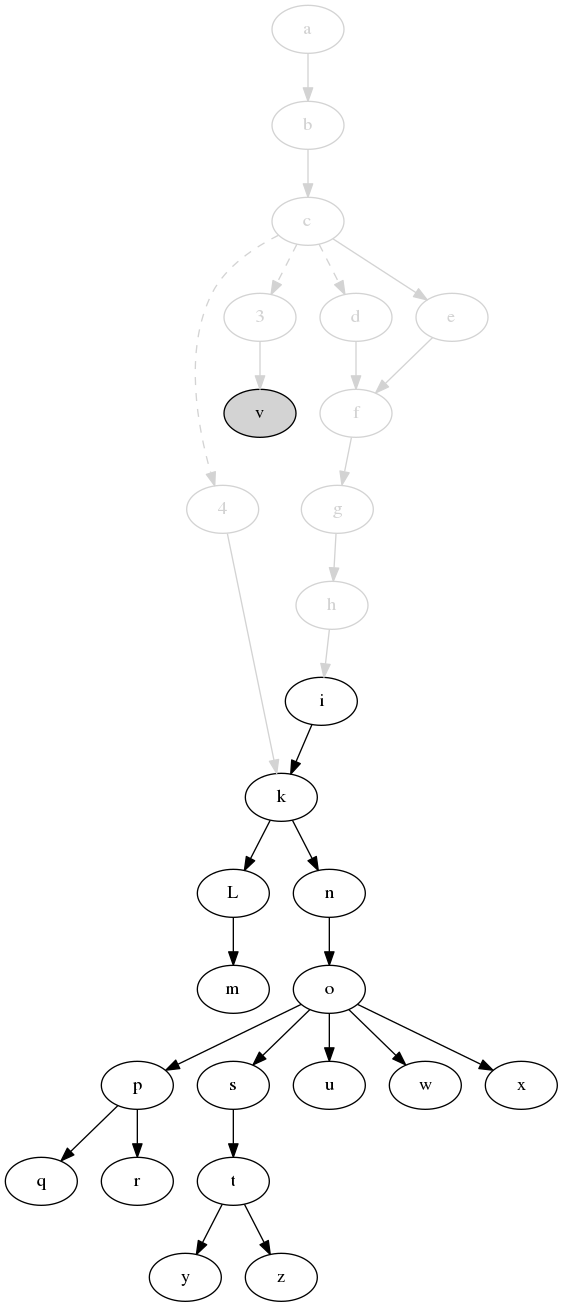
Earlier version of the Graphviz export svm-startup-deps.png (jdmpapin/svm-startup-deps). Its source is kept beside it as svm-startup-deps.dot.
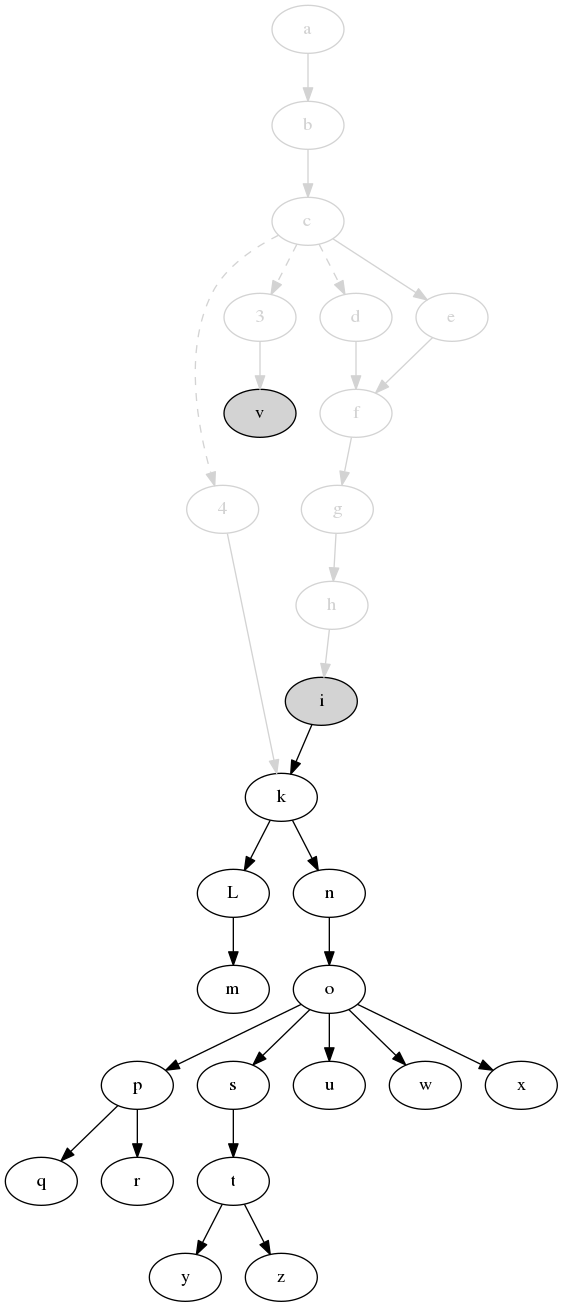
The same diagram one commit later.

The edit, as a diff of the source:
```diff
@@ -9,7 +9,7 @@
     f [color=lightgrey,fontcolor=lightgrey];
     g [color=lightgrey,fontcolor=lightgrey];
     h [color=lightgrey,fontcolor=lightgrey];
-    i;
+    i [style=filled,fillcolor=lightgrey];
     k;
     L;
     m;
```
